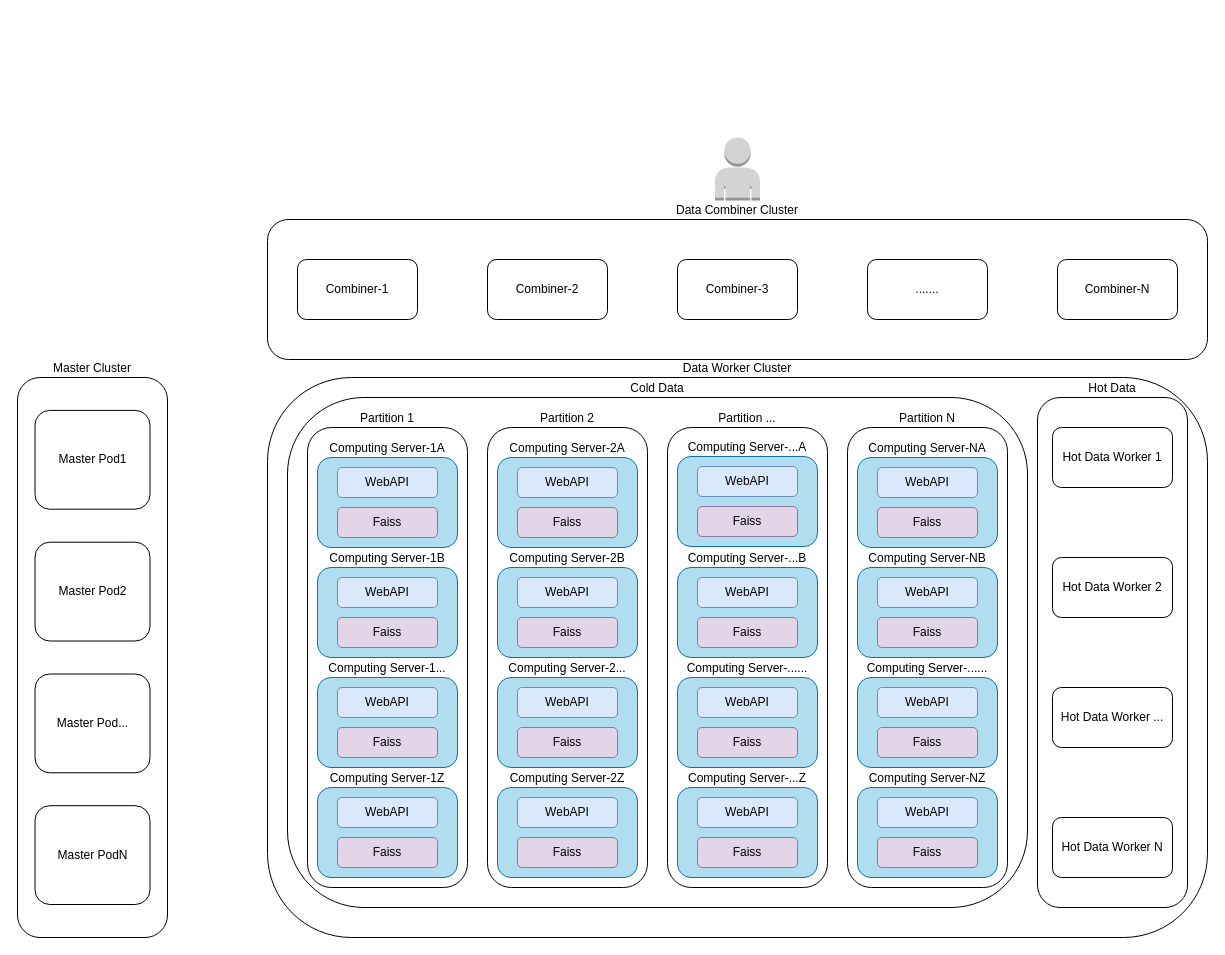
dosjia/chart keeps this draw.io diagram as distributed calculation deployment.drawio. Above is the earlier version. Source tidied: cells renumbered, new cells numbered last; positions are measured from the earlier drawing's top-left corner, leaving out a move shared by most shapes. Both pictures are drawn from the tidied source at 100%, with x=0, y=0 at pixel (17, 137).
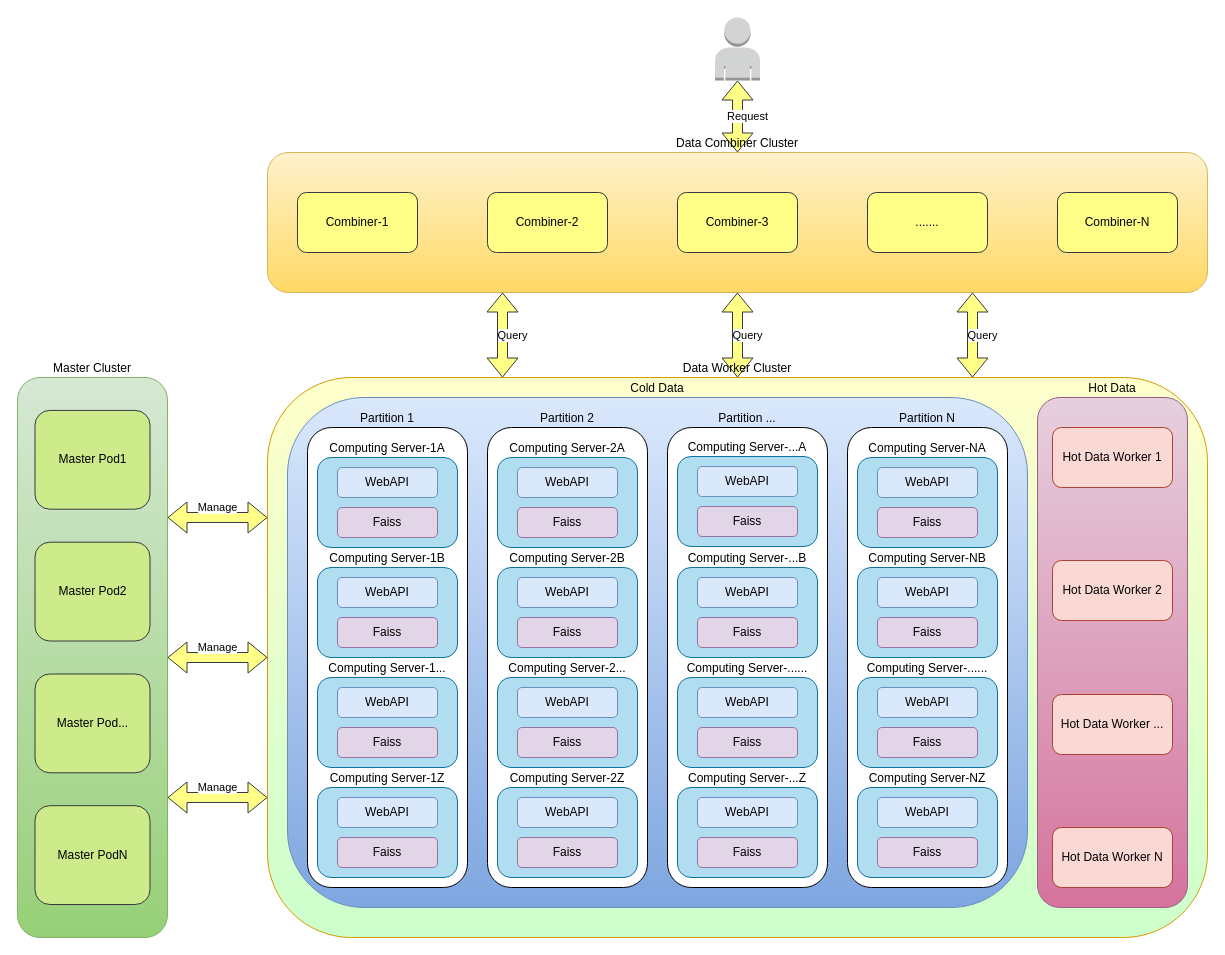
The same page after the edit.

Unchanged cells that the change refers to:
```xml
<mxCell id="12" style="group;" parent="1" vertex="1">
  <mxGeometry y="240" width="150" height="560" as="geometry" />
</mxCell>
```

Change to the diagram source:
```diff
@@
+    <mxCell id="96" value="Query" style="shape=flexArrow;endArrow=classic;html=1;rounded=0;startArrow=block;fillColor=#ffff88;strokeColor=#36393d;sketch=0;shadow=0;" parent="1" edge="1" source="6" target="2">
+      <mxGeometry y="10" relative="1" as="geometry" />
+    </mxCell>
+    <mxCell id="97" value="Request" style="shape=flexArrow;endArrow=classic;html=1;rounded=0;startArrow=block;fillColor=#ffff88;strokeColor=#36393d;sketch=0;shadow=0;entryX=0.5;entryY=0;entryDx=0;entryDy=0;" parent="1" edge="1" source="3" target="6">
+      <mxGeometry y="10" relative="1" as="geometry" />
+    </mxCell>
-    <mxCell id="2" value="Data Worker Cluster" style="rounded=1;whiteSpace=wrap;html=1;labelPosition=center;verticalLabelPosition=top;align=center;verticalAlign=bottom;" parent="1" vertex="1">
+    <mxCell id="2" value="Data Worker Cluster" style="rounded=1;whiteSpace=wrap;html=1;labelPosition=center;verticalLabelPosition=top;align=center;verticalAlign=bottom;fillColor=#FFFFCC;strokeColor=#d79b00;gradientColor=#CCFFCC;" parent="1" vertex="1">
       <mxGeometry x="250" y="240" width="940" height="560" as="geometry" />
     </mxCell>
     <mxCell id="3" style="outlineConnect=0;dashed=0;verticalLabelPosition=bottom;verticalAlign=top;align=center;html=1;shape=mxgraph.aws3.user;fillColor=#D2D3D3;gradientColor=none;" parent="1" vertex="1">
-      <mxGeometry x="697.5" width="45" height="63" as="geometry" />
+      <mxGeometry x="697.5" y="-120" width="45" height="63" as="geometry" />
     </mxCell>
-    <mxCell id="4" value="Hot Data" style="rounded=1;whiteSpace=wrap;html=1;labelPosition=center;verticalLabelPosition=top;align=center;verticalAlign=bottom;" parent="1" vertex="1">
+    <mxCell id="4" value="Hot Data" style="rounded=1;whiteSpace=wrap;html=1;labelPosition=center;verticalLabelPosition=top;align=center;verticalAlign=bottom;fillColor=#e6d0de;gradientColor=#d5739d;strokeColor=#996185;" parent="1" vertex="1">
       <mxGeometry x="1020" y="260" width="150" height="510" as="geometry" />
     </mxCell>
-    <mxCell id="5" style="group;" parent="1" vertex="1">
-      <mxGeometry x="250" y="82" width="940" height="140" as="geometry" />
+    <mxCell id="5" style="group;labelPosition=center;verticalLabelPosition=top;align=center;verticalAlign=bottom;whiteSpace=wrap;" parent="1" vertex="1">
+      <mxGeometry x="250" y="15" width="940" height="140" as="geometry" />
     </mxCell>
-    <mxCell id="6" value="Data Combiner Cluster" style="rounded=1;whiteSpace=wrap;html=1;labelPosition=center;verticalLabelPosition=top;align=center;verticalAlign=bottom;" parent="5" vertex="1">
+    <mxCell id="6" value="Data Combiner Cluster" style="rounded=1;whiteSpace=wrap;html=1;labelPosition=center;verticalLabelPosition=top;align=center;verticalAlign=bottom;fillColor=#fff2cc;gradientColor=#ffd966;strokeColor=#d6b656;" parent="5" vertex="1">
       <mxGeometry width="940" height="140" as="geometry" />
     </mxCell>
-    <mxCell id="7" value="Combiner-1" style="rounded=1;whiteSpace=wrap;html=1;" parent="5" vertex="1">
+    <mxCell id="7" value="Combiner-1" style="rounded=1;whiteSpace=wrap;html=1;fillColor=#ffff88;strokeColor=#36393d;" parent="5" vertex="1">
       <mxGeometry x="30" y="40" width="120" height="60" as="geometry" />
     </mxCell>
-    <mxCell id="8" value="&lt;div&gt;Combiner-2&lt;/div&gt;" style="rounded=1;whiteSpace=wrap;html=1;" parent="5" vertex="1">
+    <mxCell id="8" value="&lt;div&gt;Combiner-2&lt;/div&gt;" style="rounded=1;whiteSpace=wrap;html=1;fillColor=#ffff88;strokeColor=#36393d;" parent="5" vertex="1">
       <mxGeometry x="220" y="40" width="120" height="60" as="geometry" />
     </mxCell>
-    <mxCell id="9" value="&lt;div&gt;Combiner-N&lt;/div&gt;" style="rounded=1;whiteSpace=wrap;html=1;" parent="5" vertex="1">
+    <mxCell id="9" value="&lt;div&gt;Combiner-N&lt;/div&gt;" style="rounded=1;whiteSpace=wrap;html=1;fillColor=#ffff88;strokeColor=#36393d;" parent="5" vertex="1">
       <mxGeometry x="790" y="40" width="120" height="60" as="geometry" />
     </mxCell>
-    <mxCell id="10" value="&lt;div&gt;Combiner-3&lt;/div&gt;" style="rounded=1;whiteSpace=wrap;html=1;" parent="5" vertex="1">
+    <mxCell id="10" value="&lt;div&gt;Combiner-3&lt;/div&gt;" style="rounded=1;whiteSpace=wrap;html=1;fillColor=#ffff88;strokeColor=#36393d;" parent="5" vertex="1">
       <mxGeometry x="410" y="40" width="120" height="60" as="geometry" />
     </mxCell>
-    <mxCell id="11" value="......." style="rounded=1;whiteSpace=wrap;html=1;" parent="5" vertex="1">
+    <mxCell id="11" value="......." style="rounded=1;whiteSpace=wrap;html=1;fillColor=#ffff88;strokeColor=#36393d;" parent="5" vertex="1">
       <mxGeometry x="600" y="40" width="120" height="60" as="geometry" />
     </mxCell>
@@
-    <mxCell id="13" value="Master Cluster" style="rounded=1;whiteSpace=wrap;html=1;labelPosition=center;verticalLabelPosition=top;align=center;verticalAlign=bottom;" parent="12" vertex="1">
+    <mxCell id="13" value="Master Cluster" style="rounded=1;whiteSpace=wrap;html=1;labelPosition=center;verticalLabelPosition=top;align=center;verticalAlign=bottom;fillColor=#d5e8d4;gradientColor=#97d077;strokeColor=#82b366;" parent="12" vertex="1">
       <mxGeometry width="150" height="560" as="geometry" />
     </mxCell>
-    <mxCell id="14" value="Master Pod1" style="rounded=1;whiteSpace=wrap;html=1;" parent="12" vertex="1">
+    <mxCell id="14" value="Master Pod1" style="rounded=1;whiteSpace=wrap;html=1;fillColor=#cdeb8b;strokeColor=#36393d;" parent="12" vertex="1">
       <mxGeometry x="17.5" y="32.9" width="115" height="98.8" as="geometry" />
     </mxCell>
-    <mxCell id="15" value="Master Pod2" style="rounded=1;whiteSpace=wrap;html=1;" parent="12" vertex="1">
+    <mxCell id="15" value="Master Pod2" style="rounded=1;whiteSpace=wrap;html=1;fillColor=#cdeb8b;strokeColor=#36393d;" parent="12" vertex="1">
       <mxGeometry x="17.5" y="164.7" width="115" height="98.8" as="geometry" />
     </mxCell>
-    <mxCell id="16" value="Master Pod..." style="rounded=1;whiteSpace=wrap;html=1;" parent="12" vertex="1">
+    <mxCell id="16" value="Master Pod..." style="rounded=1;whiteSpace=wrap;html=1;fillColor=#cdeb8b;strokeColor=#36393d;" parent="12" vertex="1">
       <mxGeometry x="17.5" y="296.5" width="115" height="98.8" as="geometry" />
     </mxCell>
-    <mxCell id="17" value="Master PodN" style="rounded=1;whiteSpace=wrap;html=1;" parent="12" vertex="1">
+    <mxCell id="17" value="Master PodN" style="rounded=1;whiteSpace=wrap;html=1;fillColor=#cdeb8b;strokeColor=#36393d;" parent="12" vertex="1">
       <mxGeometry x="17.5" y="428.2" width="115" height="98.8" as="geometry" />
     </mxCell>
-    <mxCell id="18" value="Hot Data Worker 1" style="rounded=1;whiteSpace=wrap;html=1;" parent="1" vertex="1">
+    <mxCell id="18" value="Hot Data Worker 1" style="rounded=1;whiteSpace=wrap;html=1;fillColor=#fad9d5;strokeColor=#ae4132;" parent="1" vertex="1">
       <mxGeometry x="1035" y="290" width="120" height="60" as="geometry" />
     </mxCell>
-    <mxCell id="19" value="Hot Data Worker 2" style="rounded=1;whiteSpace=wrap;html=1;" parent="1" vertex="1">
-      <mxGeometry x="1035" y="420" width="120" height="60" as="geometry" />
+    <mxCell id="19" value="Hot Data Worker 2" style="rounded=1;whiteSpace=wrap;html=1;fillColor=#fad9d5;strokeColor=#ae4132;" parent="1" vertex="1">
+      <mxGeometry x="1035" y="423" width="120" height="60" as="geometry" />
     </mxCell>
-    <mxCell id="20" value="Hot Data Worker ..." style="rounded=1;whiteSpace=wrap;html=1;" parent="1" vertex="1">
-      <mxGeometry x="1035" y="550" width="120" height="60" as="geometry" />
+    <mxCell id="20" value="Hot Data Worker ..." style="rounded=1;whiteSpace=wrap;html=1;fillColor=#fad9d5;strokeColor=#ae4132;" parent="1" vertex="1">
+      <mxGeometry x="1035" y="557" width="120" height="60" as="geometry" />
     </mxCell>
-    <mxCell id="21" value="Hot Data Worker N" style="rounded=1;whiteSpace=wrap;html=1;" parent="1" vertex="1">
-      <mxGeometry x="1035" y="680" width="120" height="60" as="geometry" />
+    <mxCell id="21" value="Hot Data Worker N" style="rounded=1;whiteSpace=wrap;html=1;fillColor=#fad9d5;strokeColor=#ae4132;" parent="1" vertex="1">
+      <mxGeometry x="1035" y="690" width="120" height="60" as="geometry" />
     </mxCell>
-    <mxCell id="22" value="Cold Data" style="rounded=1;whiteSpace=wrap;html=1;labelPosition=center;verticalLabelPosition=top;align=center;verticalAlign=bottom;" parent="1" vertex="1">
+    <mxCell id="22" value="Cold Data" style="rounded=1;whiteSpace=wrap;html=1;labelPosition=center;verticalLabelPosition=top;align=center;verticalAlign=bottom;fillColor=#dae8fc;gradientColor=#7ea6e0;strokeColor=#6c8ebf;" parent="1" vertex="1">
       <mxGeometry x="270" y="260" width="740" height="510" as="geometry" />
     </mxCell>
@@
+    <mxCell id="98" value="Manage" style="shape=flexArrow;endArrow=classic;html=1;rounded=0;startArrow=block;entryX=0;entryY=0.5;entryDx=0;entryDy=0;fillColor=#ffff88;strokeColor=#36393d;" parent="1" edge="1" source="13" target="2">
+      <mxGeometry y="10" relative="1" as="geometry" />
+    </mxCell>
+    <mxCell id="99" value="Query" style="shape=flexArrow;endArrow=classic;html=1;rounded=0;startArrow=block;fillColor=#ffff88;strokeColor=#36393d;exitX=0.75;exitY=1;exitDx=0;exitDy=0;entryX=0.75;entryY=0;entryDx=0;entryDy=0;" parent="1" edge="1" source="6" target="2">
+      <mxGeometry y="10" relative="1" as="geometry" />
+    </mxCell>
+    <mxCell id="100" value="Query" style="shape=flexArrow;endArrow=classic;html=1;rounded=0;startArrow=block;fillColor=#ffff88;strokeColor=#36393d;exitX=0.25;exitY=1;exitDx=0;exitDy=0;entryX=0.25;entryY=0;entryDx=0;entryDy=0;" parent="1" edge="1" source="6" target="2">
+      <mxGeometry y="10" relative="1" as="geometry" />
+    </mxCell>
+    <mxCell id="101" value="Manage" style="shape=flexArrow;endArrow=classic;html=1;rounded=0;startArrow=block;entryX=0;entryY=0.25;entryDx=0;entryDy=0;fillColor=#ffff88;strokeColor=#36393d;exitX=1;exitY=0.25;exitDx=0;exitDy=0;" parent="1" edge="1" source="13" target="2">
+      <mxGeometry y="10" relative="1" as="geometry" />
+    </mxCell>
+    <mxCell id="102" value="Manage" style="shape=flexArrow;endArrow=classic;html=1;rounded=0;startArrow=block;entryX=0;entryY=0.75;entryDx=0;entryDy=0;fillColor=#ffff88;strokeColor=#36393d;exitX=1;exitY=0.75;exitDx=0;exitDy=0;" parent="1" edge="1" source="13" target="2">
+      <mxGeometry y="10" relative="1" as="geometry" />
+    </mxCell>
```
